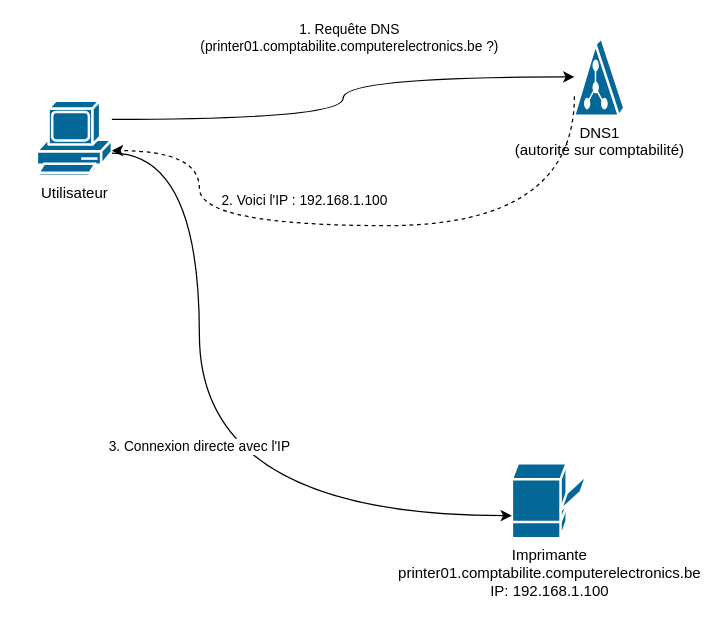
The draw.io diagram diagrams/dns_resolution_printer.drawio in choquitofrito/ActiveDirectory, before the edit. Source tidied: cells renumbered, new cells numbered last; positions are measured from the earlier drawing's top-left corner, leaving out a move shared by most shapes. Both pictures are drawn from the tidied source at 125%, with x=0, y=0 at pixel (36, 38).
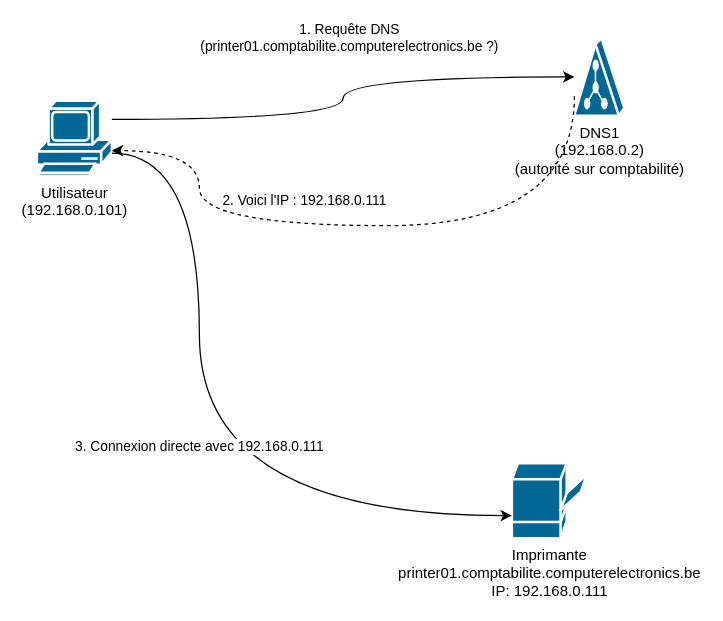
The same diagram, later.

Diff of the diagram source:
```diff
@@
 <mxGraphModel>
   <root>
     <mxCell id="0" />
     <mxCell id="1" parent="0" />
-    <mxCell id="2" value="Utilisateur" style="shape=mxgraph.cisco.computers_and_peripherals.pc;html=1;dashed=0;fillColor=#036897;strokeColor=#ffffff;strokeWidth=2;verticalLabelPosition=bottom;verticalAlign=top;align=center;outlineConnect=0;" parent="1" vertex="1">
+    <mxCell id="2" value="Utilisateur&#10;(192.168.0.101)" style="shape=mxgraph.cisco.computers_and_peripherals.pc;html=1;dashed=0;fillColor=#036897;strokeColor=#ffffff;strokeWidth=2;verticalLabelPosition=bottom;verticalAlign=top;align=center;outlineConnect=0;" parent="1" vertex="1">
       <mxGeometry y="50" width="60" height="60" as="geometry" />
     </mxCell>
-    <mxCell id="3" value="DNS1&#10;(autorité sur comptabilité)" style="shape=mxgraph.cisco.servers.directory_server;html=1;dashed=0;fillColor=#036897;strokeColor=#ffffff;strokeWidth=2;verticalLabelPosition=bottom;verticalAlign=top;align=center;outlineConnect=0;" parent="1" vertex="1">
+    <mxCell id="3" value="DNS1&#10;(192.168.0.2)&#10;(autorité sur comptabilité)" style="shape=mxgraph.cisco.servers.directory_server;html=1;dashed=0;fillColor=#036897;strokeColor=#ffffff;strokeWidth=2;verticalLabelPosition=bottom;verticalAlign=top;align=center;outlineConnect=0;" parent="1" vertex="1">
       <mxGeometry x="430" width="40" height="62" as="geometry" />
     </mxCell>
-    <mxCell id="4" value="Imprimante&#10;printer01.comptabilite.computerelectronics.be&#10;IP: 192.168.1.100" style="shape=mxgraph.cisco.computers_and_peripherals.printer;html=1;dashed=0;fillColor=#036897;strokeColor=#ffffff;strokeWidth=2;verticalLabelPosition=bottom;verticalAlign=top;align=center;outlineConnect=0;" parent="1" vertex="1">
+    <mxCell id="4" value="Imprimante&#10;printer01.comptabilite.computerelectronics.be&#10;IP: 192.168.0.111" style="shape=mxgraph.cisco.computers_and_peripherals.printer;html=1;dashed=0;fillColor=#036897;strokeColor=#ffffff;strokeWidth=2;verticalLabelPosition=bottom;verticalAlign=top;align=center;outlineConnect=0;" parent="1" vertex="1">
       <mxGeometry x="380" y="340" width="60" height="60" as="geometry" />
     </mxCell>
     <mxCell id="5" value="1. Requête DNS&#10;(printer01.comptabilite.computerelectronics.be ?)" style="edgeStyle=orthogonalEdgeStyle;rounded=0;jettySize=auto;html=1;exitX=1;exitY=0.25;entryX=0;entryY=0.5;curved=1;" parent="1" edge="1" source="2" target="3">
       <mxGeometry x="0.11" y="31" relative="1" as="geometry" />
     </mxCell>
-    <mxCell id="6" value="2. Voici l'IP : 192.168.1.100" style="edgeStyle=orthogonalEdgeStyle;rounded=0;jettySize=auto;html=1;exitX=0;exitY=0.75;dashed=1;curved=1;" parent="1" edge="1" source="3" target="2">
+    <mxCell id="6" value="2. Voici l'IP : 192.168.0.111" style="edgeStyle=orthogonalEdgeStyle;rounded=0;jettySize=auto;html=1;exitX=0;exitY=0.75;dashed=1;curved=1;" parent="1" edge="1" source="3" target="2">
       <mxGeometry x="0.2" y="-20" relative="1" as="geometry">
         <Array as="points">
           <mxPoint x="430" y="150" />
           <mxPoint x="130" y="150" />
           <mxPoint x="130" y="90" />
         </Array>
       </mxGeometry>
     </mxCell>
-    <mxCell id="7" value="3. Connexion directe avec l'IP" style="edgeStyle=orthogonalEdgeStyle;rounded=0;jettySize=auto;html=1;exitX=1;exitY=0.7;entryX=0;entryY=0.7;curved=1;" parent="1" edge="1" source="2" target="4">
+    <mxCell id="7" value="3. Connexion directe avec 192.168.0.111" style="edgeStyle=orthogonalEdgeStyle;rounded=0;jettySize=auto;html=1;exitX=1;exitY=0.7;entryX=0;entryY=0.7;curved=1;" parent="1" edge="1" source="2" target="4">
       <mxGeometry relative="1" as="geometry">
         <Array as="points">
           <mxPoint x="130" y="92" />
           <mxPoint x="130" y="382" />
         </Array>
       </mxGeometry>
     </mxCell>
   </root>
 </mxGraphModel>
```
